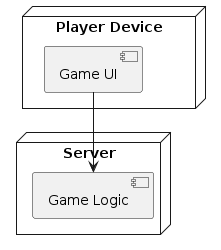
Earlier version of the PlantUML export Final_Project/uml/Physical_View.png (joywalgren/FinalProject_OOP). Its diagram source:
```plantuml
@startuml Physical_View
node "Player Device" {
    component "Game UI"
}
node "Server" {
    component "Game Logic"
}
"Game UI" --> "Game Logic"
@enduml
```
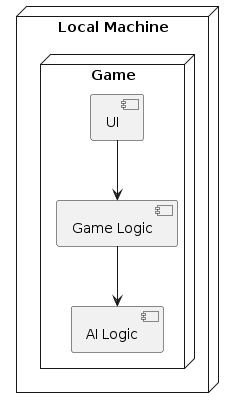
After the change.

What changed in the source:
```diff
@@ -1,9 +1,13 @@
 @startuml Physical_View
-node "Player Device" {
-    component "Game UI"
+node "Local Machine" {
+    node "Game" {
+        component "UI"
+        component "Game Logic"
+        component "AI Logic"
+    }
 }
-node "Server" {
-    component "Game Logic"
-}
-"Game UI" --> "Game Logic"
+
+UI --> "Game Logic"
+"Game Logic" --> "AI Logic"
+
 @enduml
```
